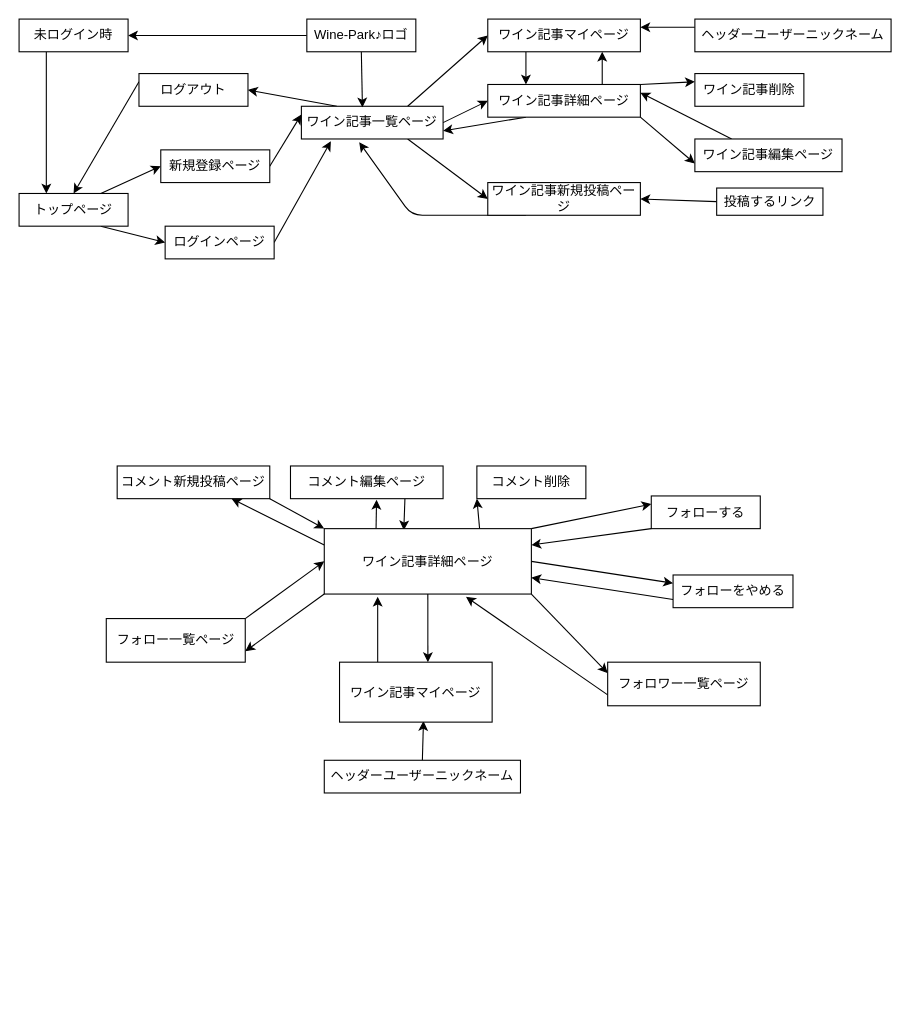
kzen23/wine-park-37082 keeps this draw.io diagram as app/views/wine-park-37082-moving.dio. Above is the earlier version. Source tidied: cells renumbered, new cells numbered last; positions are measured from the earlier drawing's top-left corner, leaving out a move shared by most shapes. Both pictures are drawn from the tidied source at 109%, with x=0, y=0 at pixel (19, 19).
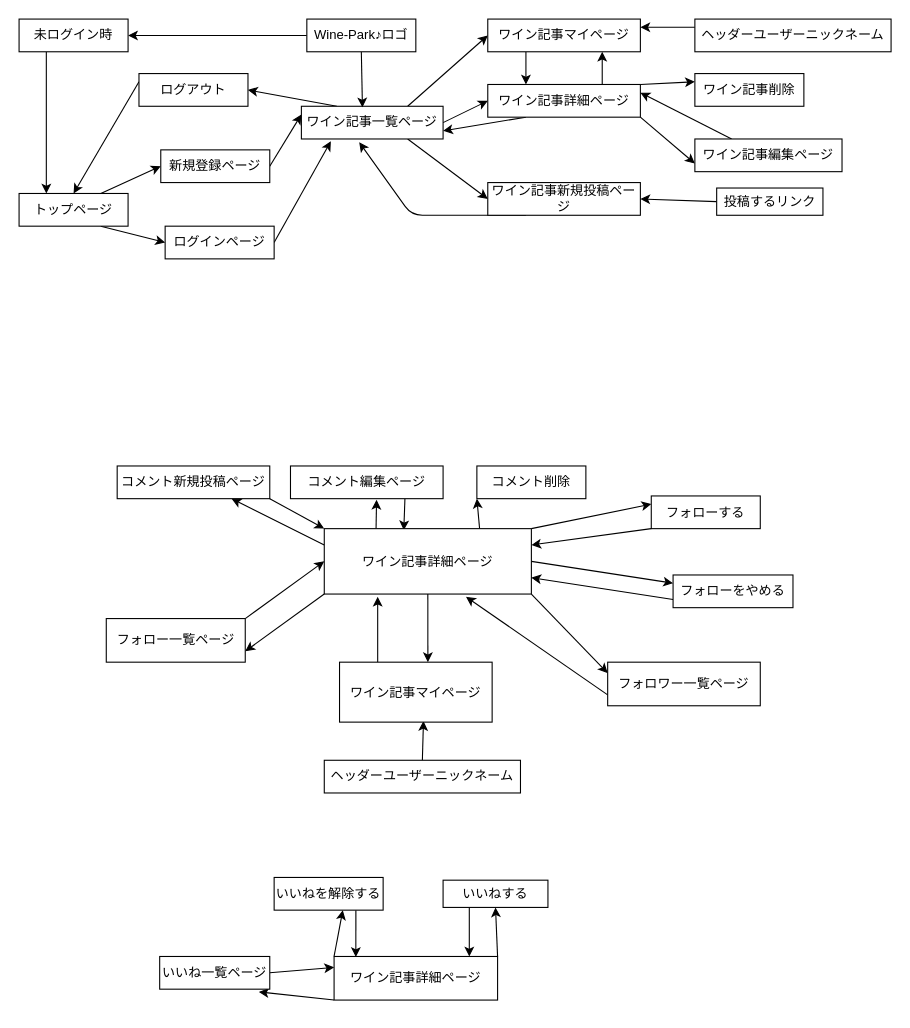
The same page after the edit.

Commit message (it also covers changes not shown here):
READ MEと画面遷移図の更新

いいね機能の分を反映。

The edit, as a diff of the source:
```diff
@@
+    <mxCell id="64" style="edgeStyle=none;html=1;exitX=0.25;exitY=1;exitDx=0;exitDy=0;entryX=0.827;entryY=0;entryDx=0;entryDy=0;entryPerimeter=0;" parent="1" edge="1" source="65" target="71">
+      <mxGeometry relative="1" as="geometry" />
+    </mxCell>
+    <mxCell id="65" value="いいねする" style="whiteSpace=wrap;html=1;align=center;" parent="1" vertex="1">
+      <mxGeometry x="389" y="790" width="96.2" height="25" as="geometry" />
+    </mxCell>
+    <mxCell id="66" style="edgeStyle=none;html=1;exitX=0.75;exitY=1;exitDx=0;exitDy=0;entryX=0.133;entryY=0.013;entryDx=0;entryDy=0;entryPerimeter=0;" parent="1" edge="1" source="67" target="71">
+      <mxGeometry relative="1" as="geometry" />
+    </mxCell>
+    <mxCell id="67" value="いいねを解除する" style="whiteSpace=wrap;html=1;align=center;" parent="1" vertex="1">
+      <mxGeometry x="234" y="787.5" width="100" height="30" as="geometry" />
+    </mxCell>
+    <mxCell id="68" style="edgeStyle=none;html=1;exitX=1;exitY=0;exitDx=0;exitDy=0;entryX=0.5;entryY=1;entryDx=0;entryDy=0;" parent="1" edge="1" source="71" target="65">
+      <mxGeometry relative="1" as="geometry" />
+    </mxCell>
+    <mxCell id="69" style="edgeStyle=none;html=1;exitX=0;exitY=0;exitDx=0;exitDy=0;entryX=0.63;entryY=1;entryDx=0;entryDy=0;entryPerimeter=0;" parent="1" edge="1" source="71" target="67">
+      <mxGeometry relative="1" as="geometry" />
+    </mxCell>
+    <mxCell id="70" style="edgeStyle=none;html=1;exitX=0;exitY=1;exitDx=0;exitDy=0;entryX=0.901;entryY=1.083;entryDx=0;entryDy=0;entryPerimeter=0;" parent="1" edge="1" source="71" target="73">
+      <mxGeometry relative="1" as="geometry" />
+    </mxCell>
+    <mxCell id="71" value="ワイン記事詳細ページ" style="whiteSpace=wrap;html=1;align=center;" parent="1" vertex="1">
+      <mxGeometry x="289" y="860" width="150" height="40" as="geometry" />
+    </mxCell>
+    <mxCell id="72" style="edgeStyle=none;html=1;exitX=1;exitY=0.5;exitDx=0;exitDy=0;entryX=0;entryY=0.25;entryDx=0;entryDy=0;" parent="1" edge="1" source="73" target="71">
+      <mxGeometry relative="1" as="geometry" />
+    </mxCell>
+    <mxCell id="73" value="いいね一覧ページ" style="whiteSpace=wrap;html=1;align=center;" parent="1" vertex="1">
+      <mxGeometry x="129" y="860" width="101" height="30" as="geometry" />
+    </mxCell>
```
